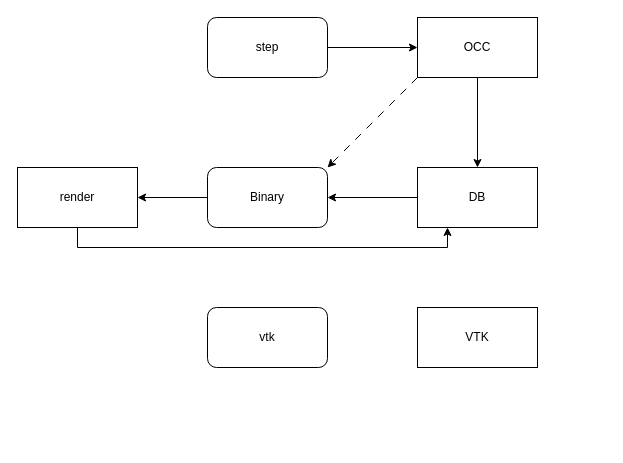
Harekaze-Misakiakeno/uml keeps this draw.io diagram as stp2vtk.drawio. Above is the earlier version. Source tidied: cells renumbered, new cells numbered last; positions are measured from the earlier drawing's top-left corner, leaving out a move shared by most shapes. Both pictures are drawn from the tidied source at 100%, with x=0, y=0 at pixel (17, 17).
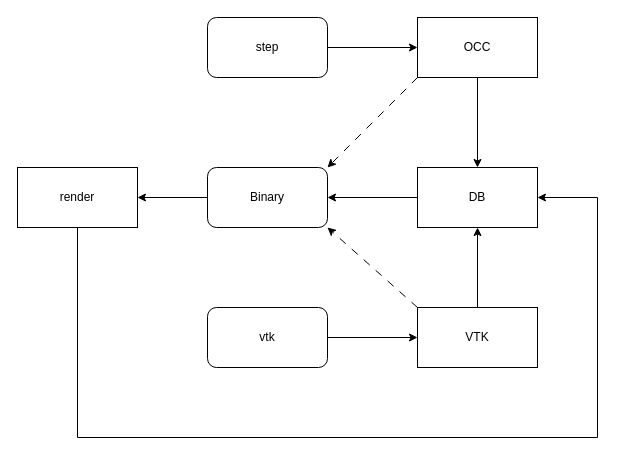
The same diagram, later.

The edit, as a diff of the source:
```diff
@@
 <mxGraphModel>
   <root>
     <mxCell id="0" />
     <mxCell id="1" parent="0" />
     <mxCell id="2" style="edgeStyle=orthogonalEdgeStyle;rounded=0;jettySize=auto;html=1;exitX=1;exitY=0.5;exitDx=0;exitDy=0;entryX=0;entryY=0.5;entryDx=0;entryDy=0;" parent="1" edge="1" source="3" target="6">
       <mxGeometry relative="1" as="geometry" />
     </mxCell>
     <mxCell id="3" value="step" style="rounded=1;whiteSpace=wrap;html=1;" parent="1" vertex="1">
       <mxGeometry x="190" width="120" height="60" as="geometry" />
     </mxCell>
     <mxCell id="4" style="edgeStyle=orthogonalEdgeStyle;rounded=0;jettySize=auto;html=1;exitX=0.5;exitY=1;exitDx=0;exitDy=0;entryX=0.5;entryY=0;entryDx=0;entryDy=0;" parent="1" edge="1" source="6" target="12">
       <mxGeometry relative="1" as="geometry" />
     </mxCell>
     <mxCell id="5" style="rounded=0;jettySize=auto;html=1;exitX=0;exitY=1;exitDx=0;exitDy=0;entryX=1;entryY=0;entryDx=0;entryDy=0;dashed=1;dashPattern=8 8;" parent="1" edge="1" source="6" target="8">
       <mxGeometry relative="1" as="geometry" />
     </mxCell>
     <mxCell id="6" value="OCC" style="rounded=0;whiteSpace=wrap;html=1;" parent="1" vertex="1">
       <mxGeometry x="400" width="120" height="60" as="geometry" />
     </mxCell>
     <mxCell id="7" style="edgeStyle=orthogonalEdgeStyle;rounded=0;jettySize=auto;html=1;exitX=0;exitY=0.5;exitDx=0;exitDy=0;entryX=1;entryY=0.5;entryDx=0;entryDy=0;" parent="1" edge="1" source="8" target="10">
       <mxGeometry relative="1" as="geometry" />
     </mxCell>
     <mxCell id="8" value="Binary" style="rounded=1;whiteSpace=wrap;html=1;" parent="1" vertex="1">
       <mxGeometry x="190" y="150" width="120" height="60" as="geometry" />
     </mxCell>
-    <mxCell id="9" style="edgeStyle=orthogonalEdgeStyle;rounded=0;jettySize=auto;html=1;exitX=0.5;exitY=1;exitDx=0;exitDy=0;entryX=0.25;entryY=1;entryDx=0;entryDy=0;" parent="1" edge="1" source="10" target="12">
-      <mxGeometry relative="1" as="geometry" />
+    <mxCell id="9" style="edgeStyle=orthogonalEdgeStyle;rounded=0;jettySize=auto;html=1;exitX=0.5;exitY=1;exitDx=0;exitDy=0;entryX=1;entryY=0.5;entryDx=0;entryDy=0;" parent="1" edge="1" source="10" target="12">
+      <mxGeometry relative="1" as="geometry">
+        <Array as="points">
+          <mxPoint x="60" y="420" />
+          <mxPoint x="580" y="420" />
+          <mxPoint x="580" y="180" />
+        </Array>
+      </mxGeometry>
     </mxCell>
     <mxCell id="10" value="render" style="rounded=0;whiteSpace=wrap;html=1;" parent="1" vertex="1">
       <mxGeometry y="150" width="120" height="60" as="geometry" />
     </mxCell>
     <mxCell id="11" style="edgeStyle=orthogonalEdgeStyle;rounded=0;jettySize=auto;html=1;" parent="1" edge="1" source="12" target="8">
       <mxGeometry relative="1" as="geometry" />
     </mxCell>
     <mxCell id="12" value="DB" style="rounded=0;whiteSpace=wrap;html=1;" parent="1" vertex="1">
       <mxGeometry x="400" y="150" width="120" height="60" as="geometry" />
     </mxCell>
+    <mxCell id="15" style="edgeStyle=orthogonalEdgeStyle;rounded=0;jettySize=auto;html=1;exitX=1;exitY=0.5;exitDx=0;exitDy=0;entryX=0;entryY=0.5;entryDx=0;entryDy=0;" parent="1" edge="1" source="13" target="14">
+      <mxGeometry relative="1" as="geometry" />
+    </mxCell>
     <mxCell id="13" value="vtk" style="rounded=1;whiteSpace=wrap;html=1;" parent="1" vertex="1">
       <mxGeometry x="190" y="290" width="120" height="60" as="geometry" />
     </mxCell>
+    <mxCell id="16" style="edgeStyle=orthogonalEdgeStyle;rounded=0;jettySize=auto;html=1;exitX=0.5;exitY=0;exitDx=0;exitDy=0;entryX=0.5;entryY=1;entryDx=0;entryDy=0;" parent="1" edge="1" source="14" target="12">
+      <mxGeometry relative="1" as="geometry" />
+    </mxCell>
+    <mxCell id="17" style="rounded=0;jettySize=auto;html=1;exitX=0;exitY=0;exitDx=0;exitDy=0;entryX=1;entryY=1;entryDx=0;entryDy=0;dashed=1;dashPattern=8 8;" parent="1" edge="1" source="14" target="8">
+      <mxGeometry relative="1" as="geometry" />
+    </mxCell>
     <mxCell id="14" value="VTK" style="rounded=0;whiteSpace=wrap;html=1;" parent="1" vertex="1">
       <mxGeometry x="400" y="290" width="120" height="60" as="geometry" />
     </mxCell>
   </root>
 </mxGraphModel>
```
